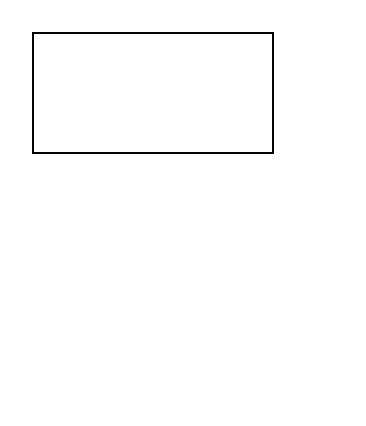
Before: 未命名绘图.drawio in Misseva1988/LL, a draw.io diagram. Source tidied: cells renumbered, new cells numbered last; positions are measured from the earlier drawing's top-left corner, leaving out a move shared by most shapes. Both pictures are drawn from the tidied source at 200%, with x=0, y=0 at pixel (32, 32).
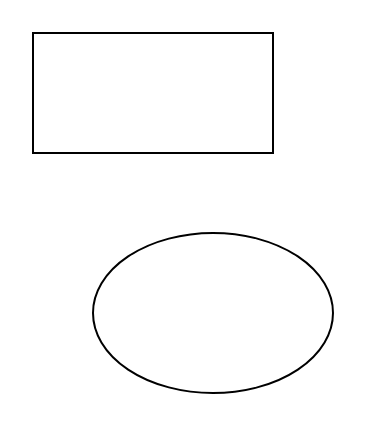
After the change.

Commit message (it also covers changes not shown here):
更新未命名绘图.drawio

Change to the diagram source:
```diff
@@
 <mxGraphModel>
   <root>
     <mxCell id="0" />
     <mxCell id="1" parent="0" />
     <mxCell id="2" style="rounded=0;whiteSpace=wrap;html=1;" parent="1" vertex="1">
       <mxGeometry width="120" height="60" as="geometry" />
     </mxCell>
+    <mxCell id="3" style="ellipse;whiteSpace=wrap;html=1;" parent="1" vertex="1">
+      <mxGeometry x="30" y="100" width="120" height="80" as="geometry" />
+    </mxCell>
   </root>
 </mxGraphModel>
```
